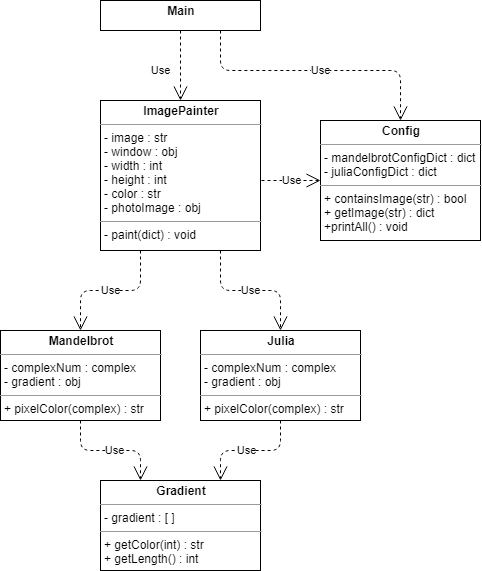
Above: doc/UML_Class_Diagram.png in alexanderthurston/fractal_generator (draw.io), before the change. Source tidied: cells renumbered, new cells last; positions are measured from the earlier drawing's top-left corner, leaving out a move shared by most shapes. The source it was exported from:
```xml
<mxGraphModel background="#FFFFFF">
  <root>
    <mxCell id="0" />
    <mxCell id="1" parent="0" />
    <mxCell id="2" value="&lt;p style=&quot;margin: 0px ; margin-top: 4px ; text-align: center&quot;&gt;&lt;b&gt;Main&lt;/b&gt;&lt;/p&gt;" style="verticalAlign=top;align=left;overflow=fill;fontSize=12;fontFamily=Helvetica;html=1;" parent="1" vertex="1">
      <mxGeometry x="100" width="160" height="30" as="geometry" />
    </mxCell>
    <mxCell id="3" value="&lt;p style=&quot;margin: 0px ; margin-top: 4px ; text-align: center&quot;&gt;&lt;b&gt;Config&lt;/b&gt;&lt;/p&gt;&lt;hr size=&quot;1&quot;&gt;&lt;p style=&quot;margin: 0px ; margin-left: 4px&quot;&gt;- mandelbrotConfigDict : dict&lt;/p&gt;&lt;p style=&quot;margin: 0px ; margin-left: 4px&quot;&gt;- juliaConfigDict : dict&lt;/p&gt;&lt;hr size=&quot;1&quot;&gt;&lt;p style=&quot;margin: 0px ; margin-left: 4px&quot;&gt;+ containsImage(str) : bool&lt;/p&gt;&lt;p style=&quot;margin: 0px ; margin-left: 4px&quot;&gt;+ getImage(str) : dict&lt;/p&gt;&lt;p style=&quot;margin: 0px ; margin-left: 4px&quot;&gt;+printAll() : void&lt;/p&gt;" style="verticalAlign=top;align=left;overflow=fill;fontSize=12;fontFamily=Helvetica;html=1;" parent="1" vertex="1">
      <mxGeometry x="320" y="120" width="160" height="120" as="geometry" />
    </mxCell>
    <mxCell id="4" value="&lt;p style=&quot;margin: 0px ; margin-top: 4px ; text-align: center&quot;&gt;&lt;b&gt;Mandelbrot&lt;/b&gt;&lt;/p&gt;&lt;hr size=&quot;1&quot;&gt;&lt;p style=&quot;margin: 0px ; margin-left: 4px&quot;&gt;- complexNum : complex&lt;/p&gt;&lt;p style=&quot;margin: 0px ; margin-left: 4px&quot;&gt;- gradient : obj&lt;/p&gt;&lt;hr size=&quot;1&quot;&gt;&lt;p style=&quot;margin: 0px ; margin-left: 4px&quot;&gt;+ pixelColor(complex) : str&lt;/p&gt;" style="verticalAlign=top;align=left;overflow=fill;fontSize=12;fontFamily=Helvetica;html=1;" parent="1" vertex="1">
      <mxGeometry y="330" width="160" height="90" as="geometry" />
    </mxCell>
    <mxCell id="5" value="&lt;p style=&quot;margin: 0px ; margin-top: 4px ; text-align: center&quot;&gt;&lt;b&gt;Julia&lt;/b&gt;&lt;/p&gt;&lt;hr size=&quot;1&quot;&gt;&lt;p style=&quot;margin: 0px ; margin-left: 4px&quot;&gt;- complexNum : complex&lt;/p&gt;&lt;p style=&quot;margin: 0px ; margin-left: 4px&quot;&gt;- gradient : obj&lt;/p&gt;&lt;hr size=&quot;1&quot;&gt;&lt;p style=&quot;margin: 0px ; margin-left: 4px&quot;&gt;+ pixelColor(complex) : str&lt;br&gt;&lt;/p&gt;" style="verticalAlign=top;align=left;overflow=fill;fontSize=12;fontFamily=Helvetica;html=1;" parent="1" vertex="1">
      <mxGeometry x="200" y="330" width="160" height="90" as="geometry" />
    </mxCell>
    <mxCell id="6" value="&lt;p style=&quot;margin: 0px ; margin-top: 4px ; text-align: center&quot;&gt;&lt;b&gt;Gradient&lt;/b&gt;&lt;/p&gt;&lt;hr size=&quot;1&quot;&gt;&lt;p style=&quot;margin: 0px ; margin-left: 4px&quot;&gt;- gradient : [ ]&lt;/p&gt;&lt;hr size=&quot;1&quot;&gt;&lt;p style=&quot;margin: 0px ; margin-left: 4px&quot;&gt;+ getColor(int) : str&lt;/p&gt;&lt;p style=&quot;margin: 0px ; margin-left: 4px&quot;&gt;+ getLength() : int&lt;/p&gt;" style="verticalAlign=top;align=left;overflow=fill;fontSize=12;fontFamily=Helvetica;html=1;" parent="1" vertex="1">
      <mxGeometry x="100" y="480" width="160" height="90" as="geometry" />
    </mxCell>
    <mxCell id="7" value="&lt;p style=&quot;margin: 0px ; margin-top: 4px ; text-align: center&quot;&gt;&lt;b&gt;ImagePainter&lt;/b&gt;&lt;/p&gt;&lt;hr size=&quot;1&quot;&gt;&lt;p style=&quot;margin: 0px ; margin-left: 4px&quot;&gt;- image : str&lt;/p&gt;&lt;p style=&quot;margin: 0px ; margin-left: 4px&quot;&gt;- window : obj&lt;/p&gt;&lt;p style=&quot;margin: 0px ; margin-left: 4px&quot;&gt;- width : int&lt;/p&gt;&lt;p style=&quot;margin: 0px ; margin-left: 4px&quot;&gt;- height : int&lt;/p&gt;&lt;p style=&quot;margin: 0px ; margin-left: 4px&quot;&gt;- color : str&lt;/p&gt;&lt;p style=&quot;margin: 0px ; margin-left: 4px&quot;&gt;- photoImage : obj&lt;/p&gt;&lt;hr size=&quot;1&quot;&gt;&lt;p style=&quot;margin: 0px ; margin-left: 4px&quot;&gt;- paint(dict) : void&lt;/p&gt;" style="verticalAlign=top;align=left;overflow=fill;fontSize=12;fontFamily=Helvetica;html=1;" parent="1" vertex="1">
      <mxGeometry x="100" y="100" width="160" height="150" as="geometry" />
    </mxCell>
    <mxCell id="8" value="Use" style="endArrow=open;endSize=12;dashed=1;html=1;exitX=0.5;exitY=1;exitDx=0;exitDy=0;entryX=0.5;entryY=0;entryDx=0;entryDy=0;" parent="1" edge="1" source="2" target="7">
      <mxGeometry x="0.14" y="-20" relative="1" as="geometry" />
    </mxCell>
    <mxCell id="9" value="Use" style="endArrow=open;endSize=12;dashed=1;html=1;exitX=0.75;exitY=1;exitDx=0;exitDy=0;entryX=0.5;entryY=0;entryDx=0;entryDy=0;" parent="1" edge="1" source="2" target="3">
      <mxGeometry x="0.03" relative="1" as="geometry">
        <Array as="points">
          <mxPoint x="220" y="70" />
          <mxPoint x="330" y="70" />
          <mxPoint x="400" y="70" />
        </Array>
      </mxGeometry>
    </mxCell>
    <mxCell id="10" value="Use" style="endArrow=open;endSize=12;dashed=1;html=1;entryX=0.5;entryY=0;entryDx=0;entryDy=0;exitX=0.25;exitY=1;exitDx=0;exitDy=0;" parent="1" edge="1" source="7" target="4">
      <mxGeometry relative="1" as="geometry">
        <Array as="points">
          <mxPoint x="140" y="290" />
          <mxPoint x="80" y="290" />
        </Array>
      </mxGeometry>
    </mxCell>
    <mxCell id="11" value="Use" style="endArrow=open;endSize=12;dashed=1;html=1;entryX=0.5;entryY=0;entryDx=0;entryDy=0;exitX=0.75;exitY=1;exitDx=0;exitDy=0;" parent="1" edge="1" source="7" target="5">
      <mxGeometry relative="1" as="geometry">
        <Array as="points">
          <mxPoint x="220" y="290" />
          <mxPoint x="280" y="290" />
        </Array>
      </mxGeometry>
    </mxCell>
    <mxCell id="12" value="Use" style="endArrow=open;endSize=12;dashed=1;html=1;entryX=0;entryY=0.5;entryDx=0;entryDy=0;" parent="1" edge="1" target="3">
      <mxGeometry relative="1" as="geometry">
        <mxPoint x="261" y="180" as="sourcePoint" />
      </mxGeometry>
    </mxCell>
    <mxCell id="13" value="Use" style="endArrow=open;endSize=12;dashed=1;html=1;exitX=0.5;exitY=1;exitDx=0;exitDy=0;entryX=0.25;entryY=0;entryDx=0;entryDy=0;" parent="1" edge="1" source="4" target="6">
      <mxGeometry x="0.07" relative="1" as="geometry">
        <Array as="points">
          <mxPoint x="80" y="450" />
          <mxPoint x="140" y="450" />
        </Array>
      </mxGeometry>
    </mxCell>
    <mxCell id="14" value="Use" style="endArrow=open;endSize=12;dashed=1;html=1;exitX=0.5;exitY=1;exitDx=0;exitDy=0;entryX=0.75;entryY=0;entryDx=0;entryDy=0;" parent="1" edge="1" source="5" target="6">
      <mxGeometry x="0.07" relative="1" as="geometry">
        <Array as="points">
          <mxPoint x="280" y="450" />
          <mxPoint x="220" y="450" />
        </Array>
      </mxGeometry>
    </mxCell>
  </root>
</mxGraphModel>
```
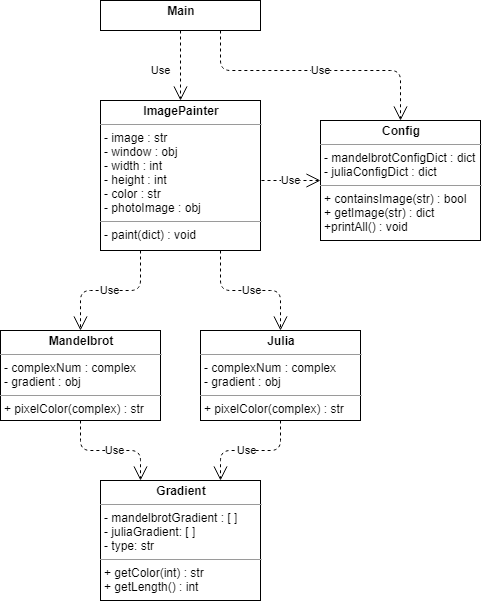
The same diagram one commit later.

Commit message:
Updates to plan, UML, manual, and minor changes to code. Nearing final draft.

Change to the diagram source:
```diff
@@ -14,8 +14,8 @@
     <mxCell id="5" value="&lt;p style=&quot;margin: 0px ; margin-top: 4px ; text-align: center&quot;&gt;&lt;b&gt;Julia&lt;/b&gt;&lt;/p&gt;&lt;hr size=&quot;1&quot;&gt;&lt;p style=&quot;margin: 0px ; margin-left: 4px&quot;&gt;- complexNum : complex&lt;/p&gt;&lt;p style=&quot;margin: 0px ; margin-left: 4px&quot;&gt;- gradient : obj&lt;/p&gt;&lt;hr size=&quot;1&quot;&gt;&lt;p style=&quot;margin: 0px ; margin-left: 4px&quot;&gt;+ pixelColor(complex) : str&lt;br&gt;&lt;/p&gt;" style="verticalAlign=top;align=left;overflow=fill;fontSize=12;fontFamily=Helvetica;html=1;" parent="1" vertex="1">
       <mxGeometry x="200" y="330" width="160" height="90" as="geometry" />
     </mxCell>
-    <mxCell id="6" value="&lt;p style=&quot;margin: 0px ; margin-top: 4px ; text-align: center&quot;&gt;&lt;b&gt;Gradient&lt;/b&gt;&lt;/p&gt;&lt;hr size=&quot;1&quot;&gt;&lt;p style=&quot;margin: 0px ; margin-left: 4px&quot;&gt;- gradient : [ ]&lt;/p&gt;&lt;hr size=&quot;1&quot;&gt;&lt;p style=&quot;margin: 0px ; margin-left: 4px&quot;&gt;+ getColor(int) : str&lt;/p&gt;&lt;p style=&quot;margin: 0px ; margin-left: 4px&quot;&gt;+ getLength() : int&lt;/p&gt;" style="verticalAlign=top;align=left;overflow=fill;fontSize=12;fontFamily=Helvetica;html=1;" parent="1" vertex="1">
-      <mxGeometry x="100" y="480" width="160" height="90" as="geometry" />
+    <mxCell id="6" value="&lt;p style=&quot;margin: 0px ; margin-top: 4px ; text-align: center&quot;&gt;&lt;b&gt;Gradient&lt;/b&gt;&lt;/p&gt;&lt;hr size=&quot;1&quot;&gt;&lt;p style=&quot;margin: 0px ; margin-left: 4px&quot;&gt;- mandelbrotGradient : [ ]&lt;/p&gt;&lt;p style=&quot;margin: 0px ; margin-left: 4px&quot;&gt;- juliaGradient: [ ]&lt;/p&gt;&lt;p style=&quot;margin: 0px ; margin-left: 4px&quot;&gt;- type: str&lt;/p&gt;&lt;hr size=&quot;1&quot;&gt;&lt;p style=&quot;margin: 0px ; margin-left: 4px&quot;&gt;+ getColor(int) : str&lt;/p&gt;&lt;p style=&quot;margin: 0px ; margin-left: 4px&quot;&gt;+ getLength() : int&lt;/p&gt;" style="verticalAlign=top;align=left;overflow=fill;fontSize=12;fontFamily=Helvetica;html=1;" parent="1" vertex="1">
+      <mxGeometry x="100" y="480" width="160" height="120" as="geometry" />
     </mxCell>
     <mxCell id="7" value="&lt;p style=&quot;margin: 0px ; margin-top: 4px ; text-align: center&quot;&gt;&lt;b&gt;ImagePainter&lt;/b&gt;&lt;/p&gt;&lt;hr size=&quot;1&quot;&gt;&lt;p style=&quot;margin: 0px ; margin-left: 4px&quot;&gt;- image : str&lt;/p&gt;&lt;p style=&quot;margin: 0px ; margin-left: 4px&quot;&gt;- window : obj&lt;/p&gt;&lt;p style=&quot;margin: 0px ; margin-left: 4px&quot;&gt;- width : int&lt;/p&gt;&lt;p style=&quot;margin: 0px ; margin-left: 4px&quot;&gt;- height : int&lt;/p&gt;&lt;p style=&quot;margin: 0px ; margin-left: 4px&quot;&gt;- color : str&lt;/p&gt;&lt;p style=&quot;margin: 0px ; margin-left: 4px&quot;&gt;- photoImage : obj&lt;/p&gt;&lt;hr size=&quot;1&quot;&gt;&lt;p style=&quot;margin: 0px ; margin-left: 4px&quot;&gt;- paint(dict) : void&lt;/p&gt;" style="verticalAlign=top;align=left;overflow=fill;fontSize=12;fontFamily=Helvetica;html=1;" parent="1" vertex="1">
       <mxGeometry x="100" y="100" width="160" height="150" as="geometry" />
```
